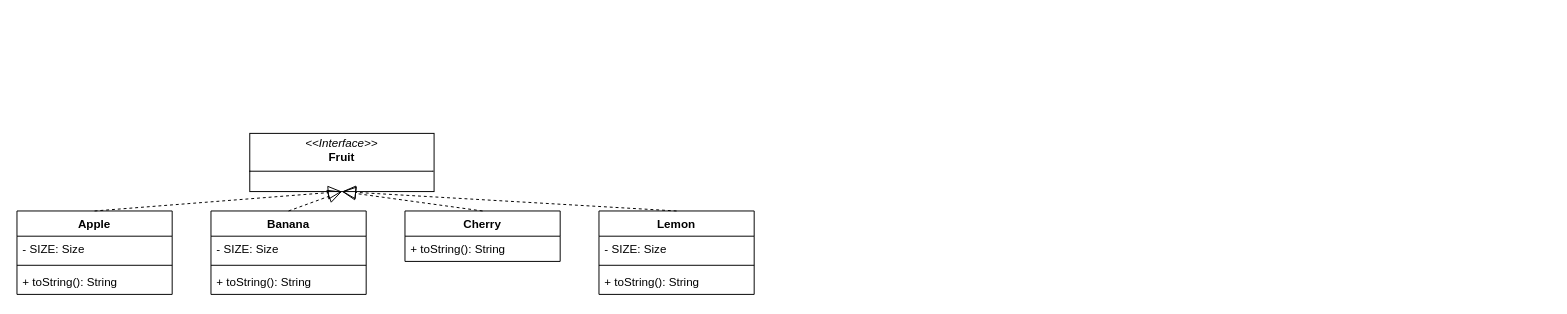
Earlier version of the draw.io diagram Untitled Diagram.drawio (NguyenChHieu/graphs). Source tidied: cells renumbered, new cells numbered last; positions are measured from the earlier drawing's top-left corner, leaving out a move shared by most shapes. Both pictures are drawn from the tidied source at 97%, with x=0, y=0 at pixel (16, 133).
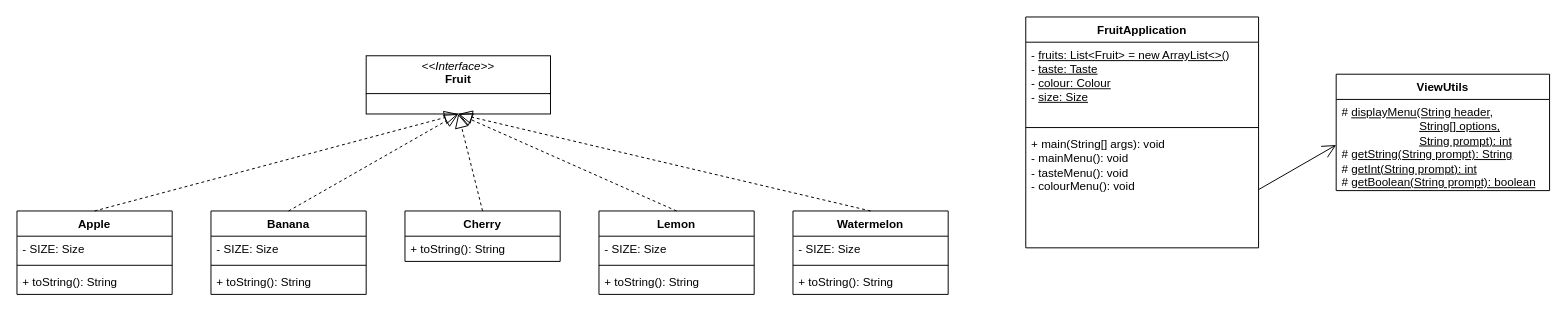
The same page after the edit.

What changed in the source:
```diff
@@
     <mxCell id="2" value="&lt;p style=&quot;margin:0px;margin-top:4px;text-align:center;&quot;&gt;&lt;i&gt;&amp;lt;&amp;lt;Interface&amp;gt;&amp;gt;&lt;/i&gt;&lt;br&gt;&lt;b&gt;Fruit&lt;/b&gt;&lt;/p&gt;&lt;hr size=&quot;1&quot; style=&quot;border-style:solid;&quot;&gt;&lt;p style=&quot;margin:0px;margin-left:4px;&quot;&gt;&lt;/p&gt;&lt;p style=&quot;margin:0px;margin-left:4px;&quot;&gt;&lt;br&gt;&lt;/p&gt;" style="verticalAlign=top;align=left;overflow=fill;html=1;whiteSpace=wrap;" parent="1" vertex="1">
-      <mxGeometry x="240" width="190" height="60" as="geometry" />
+      <mxGeometry x="360" y="-80" width="190" height="60" as="geometry" />
     </mxCell>
@@
+    <mxCell id="21" value="Watermelon" style="swimlane;fontStyle=1;align=center;verticalAlign=top;horizontal=1;startSize=26;whiteSpace=wrap;html=1;" parent="1" vertex="1">
+      <mxGeometry x="800" y="80" width="160" height="86" as="geometry" />
+    </mxCell>
+    <mxCell id="22" value="- SIZE: Size" style="text;strokeColor=none;fillColor=none;align=left;verticalAlign=top;spacingLeft=4;spacingRight=4;overflow=hidden;whiteSpace=wrap;html=1;" parent="21" vertex="1">
+      <mxGeometry y="26" width="160" height="26" as="geometry" />
+    </mxCell>
+    <mxCell id="23" style="line;strokeWidth=1;fillColor=none;align=left;verticalAlign=middle;spacingTop=-1;spacingLeft=3;spacingRight=3;labelPosition=right;strokeColor=inherit;" parent="21" vertex="1">
+      <mxGeometry y="52" width="160" height="8" as="geometry" />
+    </mxCell>
+    <mxCell id="24" value="+ toString(): String" style="text;strokeColor=none;fillColor=none;align=left;verticalAlign=top;spacingLeft=4;spacingRight=4;overflow=hidden;whiteSpace=wrap;html=1;" parent="21" vertex="1">
+      <mxGeometry y="60" width="160" height="26" as="geometry" />
+    </mxCell>
+    <mxCell id="25" style="endArrow=block;dashed=1;endFill=0;endSize=12;html=1;rounded=0;exitX=0.5;exitY=0;exitDx=0;exitDy=0;entryX=0.5;entryY=1;entryDx=0;entryDy=0;" parent="1" edge="1" source="21" target="2">
+      <mxGeometry relative="1" as="geometry" />
+    </mxCell>
+    <mxCell id="26" value="FruitApplication" style="swimlane;fontStyle=1;align=center;verticalAlign=top;horizontal=1;startSize=26;whiteSpace=wrap;html=1;" parent="1" vertex="1">
+      <mxGeometry x="1040" y="-120" width="240" height="238" as="geometry" />
+    </mxCell>
+    <mxCell id="27" value="- &lt;u&gt;fruits: List&amp;lt;Fruit&amp;gt; = new ArrayList&amp;lt;&amp;gt;()&lt;/u&gt;&lt;div&gt;- &lt;u&gt;taste: Taste&lt;/u&gt;&lt;/div&gt;&lt;div&gt;- &lt;u&gt;colour: Colour&lt;/u&gt;&lt;/div&gt;&lt;div&gt;- &lt;u&gt;size: Size&lt;/u&gt;&lt;/div&gt;" style="text;strokeColor=none;fillColor=none;align=left;verticalAlign=top;spacingLeft=4;spacingRight=4;overflow=hidden;whiteSpace=wrap;html=1;" parent="26" vertex="1">
+      <mxGeometry y="26" width="240" height="84" as="geometry" />
+    </mxCell>
+    <mxCell id="28" style="line;strokeWidth=1;fillColor=none;align=left;verticalAlign=middle;spacingTop=-1;spacingLeft=3;spacingRight=3;labelPosition=right;strokeColor=inherit;" parent="26" vertex="1">
+      <mxGeometry y="110" width="240" height="8" as="geometry" />
+    </mxCell>
+    <mxCell id="29" value="+ main(String[] args): void&lt;div&gt;&lt;span style=&quot;background-color: initial;&quot;&gt;- mainMenu(): void&lt;/span&gt;&lt;/div&gt;&lt;div&gt;&lt;span style=&quot;background-color: initial;&quot;&gt;- tasteMenu(): void&lt;/span&gt;&lt;/div&gt;&lt;div&gt;&lt;span style=&quot;background-color: initial;&quot;&gt;- colourMenu(): void&lt;/span&gt;&lt;/div&gt;" style="text;strokeColor=none;fillColor=none;align=left;verticalAlign=top;spacingLeft=4;spacingRight=4;overflow=hidden;points=[[0,0.5],[1,0.5]];portConstraint=eastwest;whiteSpace=wrap;html=1;" parent="26" vertex="1">
+      <mxGeometry y="118" width="240" height="120" as="geometry" />
+    </mxCell>
+    <mxCell id="30" value="ViewUtils" style="swimlane;fontStyle=1;align=center;verticalAlign=top;horizontal=1;startSize=26;whiteSpace=wrap;html=1;" parent="1" vertex="1">
+      <mxGeometry x="1360" y="-61" width="220" height="120" as="geometry" />
+    </mxCell>
+    <mxCell id="31" value="# &lt;u&gt;displayMenu(String header,&lt;/u&gt;&lt;div&gt;&lt;u&gt;&lt;span style=&quot;white-space: pre;&quot;&gt;&#9;&lt;/span&gt;&lt;span style=&quot;white-space: pre;&quot;&gt;&#9;&lt;/span&gt;&lt;span style=&quot;white-space: pre;&quot;&gt;&#9;&lt;/span&gt;String[] options,&lt;br&gt;&lt;/u&gt;&lt;/div&gt;&lt;div&gt;&lt;u&gt;&lt;span style=&quot;white-space: pre;&quot;&gt;&#9;&lt;/span&gt;&lt;span style=&quot;white-space: pre;&quot;&gt;&#9;&lt;/span&gt;&lt;span style=&quot;white-space: pre;&quot;&gt;&#9;&lt;/span&gt;String prompt): int&lt;/u&gt;&lt;br&gt;&lt;/div&gt;&lt;div&gt;# &lt;u&gt;getString(String prompt): String&lt;/u&gt;&amp;nbsp;&lt;/div&gt;&lt;div&gt;# &lt;u&gt;getInt(String prompt): int&lt;/u&gt;&lt;/div&gt;&lt;div&gt;# &lt;u&gt;getBoolean(String prompt): boolean&lt;/u&gt;&lt;/div&gt;" style="text;strokeColor=none;fillColor=none;align=left;verticalAlign=top;spacingLeft=4;spacingRight=4;overflow=hidden;points=[[0,0.5],[1,0.5]];portConstraint=eastwest;whiteSpace=wrap;html=1;" parent="30" vertex="1">
+      <mxGeometry y="26" width="220" height="94" as="geometry" />
+    </mxCell>
+    <mxCell id="32" style="endArrow=open;endFill=1;endSize=12;html=1;rounded=0;entryX=0;entryY=0.5;entryDx=0;entryDy=0;exitX=1;exitY=0.5;exitDx=0;exitDy=0;" parent="1" edge="1" source="29" target="31">
+      <mxGeometry relative="1" as="geometry" />
+    </mxCell>
```
